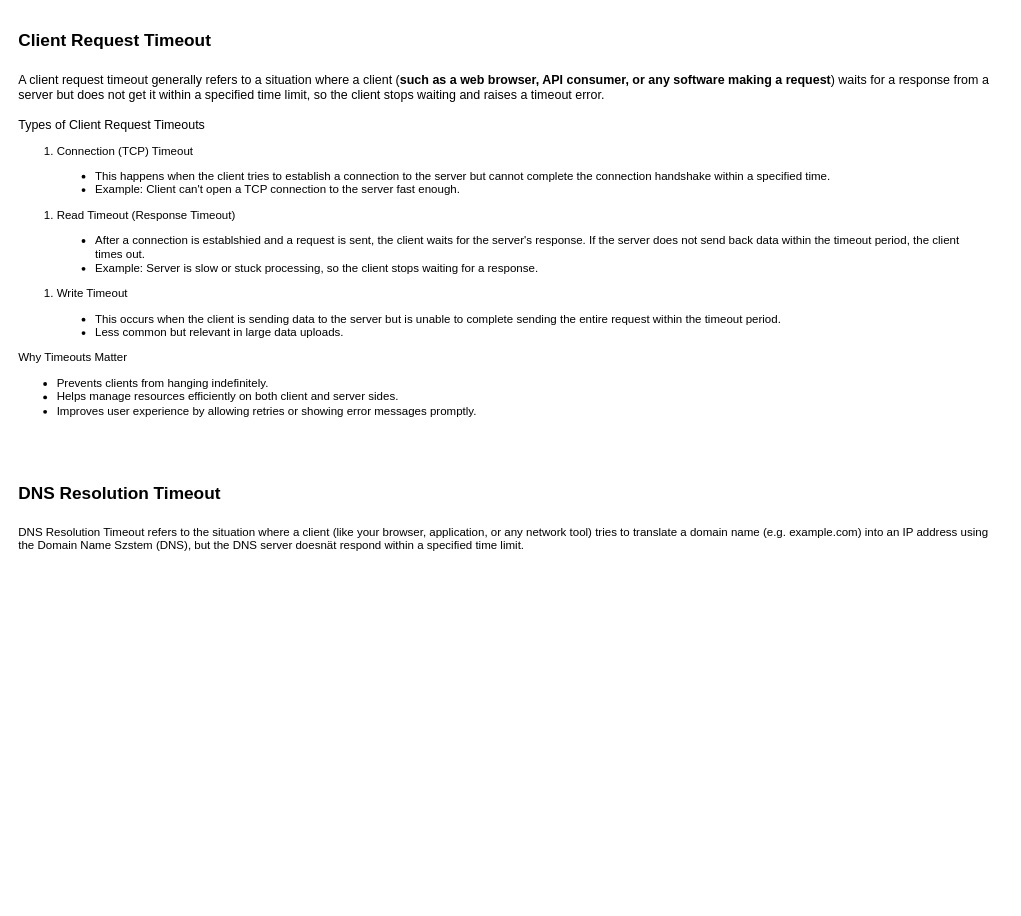
This is Web.drawio from tyk1hc/drawio, a draw.io file, before an edit. Source tidied: cells renumbered, new cells numbered last; positions are measured from the earlier drawing's top-left corner, leaving out a move shared by most shapes. Both pictures are drawn from the tidied source at 96%, with x=0, y=0 at pixel (16, 16).
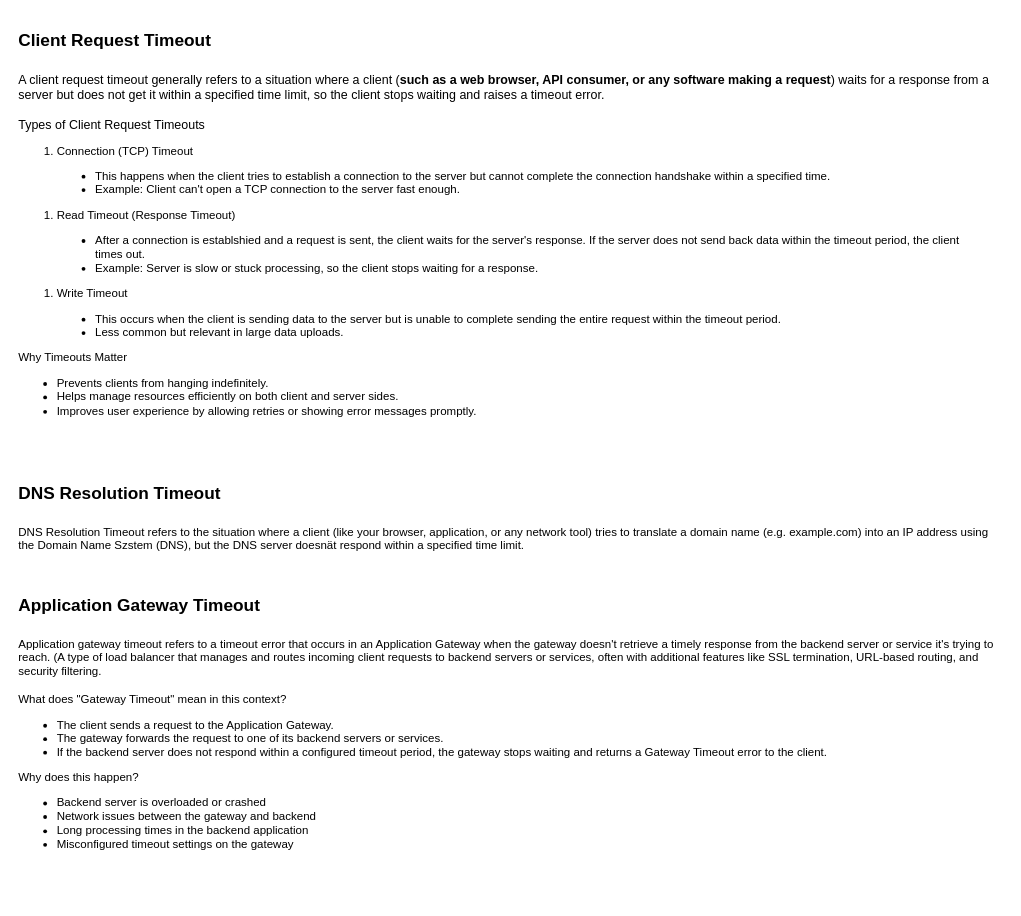
After the change.

Diff of the diagram source:
```diff
@@
 <mxGraphModel>
   <root>
     <mxCell id="0" />
     <mxCell id="1" parent="0" />
     <mxCell id="2" value="&lt;div&gt;&lt;b&gt;&lt;font style=&quot;font-size: 18px;&quot;&gt;Client Request Timeout&lt;/font&gt;&lt;/b&gt;&lt;/div&gt;&lt;div&gt;&lt;b&gt;&lt;font style=&quot;font-size: 18px;&quot;&gt;&lt;br&gt;&lt;/font&gt;&lt;/b&gt;&lt;/div&gt;&lt;div&gt;&lt;font style=&quot;font-size: 13px;&quot;&gt;A client request timeout generally refers to a situation where a client (&lt;b&gt;such as a web browser, API consumer, or any software making a request&lt;/b&gt;) waits for a response from a server but does not&amp;nbsp;get it within a specified time limit, so the client stops waiting and raises a timeout error.&lt;/font&gt;&lt;/div&gt;&lt;div&gt;&lt;font style=&quot;font-size: 13px;&quot;&gt;&lt;br&gt;&lt;/font&gt;&lt;/div&gt;&lt;div&gt;&lt;font style=&quot;font-size: 13px;&quot;&gt;Types of Client Request Timeouts&amp;nbsp;&lt;/font&gt;&lt;/div&gt;&lt;div&gt;&lt;ol&gt;&lt;li&gt;Connection (TCP) Timeout&amp;nbsp;&lt;/li&gt;&lt;/ol&gt;&lt;blockquote&gt;&lt;ul&gt;&lt;li&gt;This happens when the client tries to establish a connection to the server but cannot complete the connection handshake within a specified time.&lt;/li&gt;&lt;li&gt;Example: Client can't open a TCP connection to the server fast enough.&lt;/li&gt;&lt;/ul&gt;&lt;/blockquote&gt;&lt;ol&gt;&lt;li&gt;Read Timeout (Response Timeout)&lt;/li&gt;&lt;/ol&gt;&lt;blockquote&gt;&lt;ul&gt;&lt;li&gt;After a connection is establshied and a request is sent, the client waits for the server's response. If the server does not send back data within the timeout period, the client times out.&lt;/li&gt;&lt;li&gt;Example: Server is slow or stuck processing, so the client stops waiting for a response.&lt;/li&gt;&lt;/ul&gt;&lt;/blockquote&gt;&lt;ol&gt;&lt;li&gt;Write Timeout&amp;nbsp;&lt;/li&gt;&lt;/ol&gt;&lt;blockquote&gt;&lt;ul&gt;&lt;li&gt;This occurs when the client is sending data to the server but is unable to complete sending the entire request within the timeout period.&lt;/li&gt;&lt;li&gt;Less common but relevant in large data uploads.&lt;/li&gt;&lt;/ul&gt;&lt;/blockquote&gt;&lt;div&gt;Why Timeouts Matter&amp;nbsp;&lt;/div&gt;&lt;div&gt;&lt;ul&gt;&lt;li&gt;Prevents clients from hanging indefinitely.&lt;/li&gt;&lt;li&gt;Helps manage resources efficiently on both client and server sides.&lt;/li&gt;&lt;li&gt;Improves user experience by allowing retries or showing error messages promptly.&lt;/li&gt;&lt;/ul&gt;&lt;/div&gt;&lt;/div&gt;&lt;div&gt;&lt;font&gt;&lt;br&gt;&lt;/font&gt;&lt;/div&gt;&lt;div&gt;&lt;b&gt;&lt;font style=&quot;font-size: 18px;&quot;&gt;&lt;br&gt;&lt;/font&gt;&lt;/b&gt;&lt;/div&gt;" style="text;html=1;whiteSpace=wrap;strokeColor=none;fillColor=none;align=left;verticalAlign=middle;rounded=0;" parent="1" vertex="1">
       <mxGeometry width="1030" height="480" as="geometry" />
     </mxCell>
     <mxCell id="3" value="&lt;div&gt;&lt;b&gt;&lt;font style=&quot;font-size: 18px;&quot;&gt;DNS Resolution Timeout&amp;nbsp;&lt;/font&gt;&lt;/b&gt;&lt;/div&gt;&lt;div&gt;&lt;b&gt;&lt;font style=&quot;font-size: 18px;&quot;&gt;&amp;nbsp;&lt;/font&gt;&lt;/b&gt;&lt;/div&gt;&lt;div&gt;DNS Resolution Timeout refers to the situation where a client (like your browser, application, or any network tool) tries to translate a domain name (e.g. example.com) into an IP address using&lt;/div&gt;&lt;div&gt;the Domain Name Szstem (DNS), but the DNS server doesnät respond within a specified time limit.&lt;/div&gt;&lt;div&gt;&lt;font&gt;&lt;br&gt;&lt;/font&gt;&lt;/div&gt;&lt;div&gt;&lt;b&gt;&lt;font style=&quot;font-size: 18px;&quot;&gt;&lt;br&gt;&lt;/font&gt;&lt;/b&gt;&lt;/div&gt;" style="text;html=1;whiteSpace=wrap;strokeColor=none;fillColor=none;align=left;verticalAlign=middle;rounded=0;" parent="1" vertex="1">
       <mxGeometry y="480" width="1030" height="120" as="geometry" />
     </mxCell>
+    <mxCell id="4" value="&lt;div&gt;&lt;b&gt;&lt;font style=&quot;font-size: 18px;&quot;&gt;Application Gateway Timeout&lt;/font&gt;&lt;/b&gt;&lt;/div&gt;&lt;div&gt;&lt;b&gt;&lt;font style=&quot;font-size: 18px;&quot;&gt;&amp;nbsp;&lt;/font&gt;&lt;/b&gt;&lt;/div&gt;&lt;div&gt;Application gateway timeout refers to a timeout error that occurs in an Application Gateway when the gateway doesn't retrieve a timely response from the backend server or service it's trying to reach. (A type of load balancer that manages and routes incoming client requests to backend servers or services, often with additional features like SSL termination, URL-based routing, and security filtering.&lt;/div&gt;&lt;div&gt;&lt;br&gt;&lt;/div&gt;&lt;div&gt;What does &quot;Gateway Timeout&quot; mean in this context?&lt;/div&gt;&lt;div&gt;&lt;ul&gt;&lt;li&gt;The client sends a request to the Application Gateway.&lt;/li&gt;&lt;li&gt;The gateway forwards the request to one of its backend servers or services.&lt;/li&gt;&lt;li&gt;If the backend server does not respond within a configured timeout period, the gateway stops waiting and returns a Gateway Timeout error to the client.&lt;/li&gt;&lt;/ul&gt;&lt;div&gt;Why does this happen?&lt;/div&gt;&lt;div&gt;&lt;ul&gt;&lt;li&gt;Backend server is overloaded or crashed&lt;/li&gt;&lt;li&gt;Network issues between the gateway and backend&amp;nbsp;&lt;/li&gt;&lt;li&gt;Long processing times in the backend application&amp;nbsp;&lt;/li&gt;&lt;li&gt;Misconfigured timeout settings on the gateway&lt;/li&gt;&lt;/ul&gt;&lt;/div&gt;&lt;/div&gt;&lt;div&gt;&lt;font&gt;&lt;br&gt;&lt;/font&gt;&lt;/div&gt;&lt;div&gt;&lt;b&gt;&lt;font style=&quot;font-size: 18px;&quot;&gt;&lt;br&gt;&lt;/font&gt;&lt;/b&gt;&lt;/div&gt;" style="text;html=1;whiteSpace=wrap;strokeColor=none;fillColor=none;align=left;verticalAlign=middle;rounded=0;" parent="1" vertex="1">
+      <mxGeometry y="600" width="1030" height="320" as="geometry" />
+    </mxCell>
   </root>
 </mxGraphModel>
```
